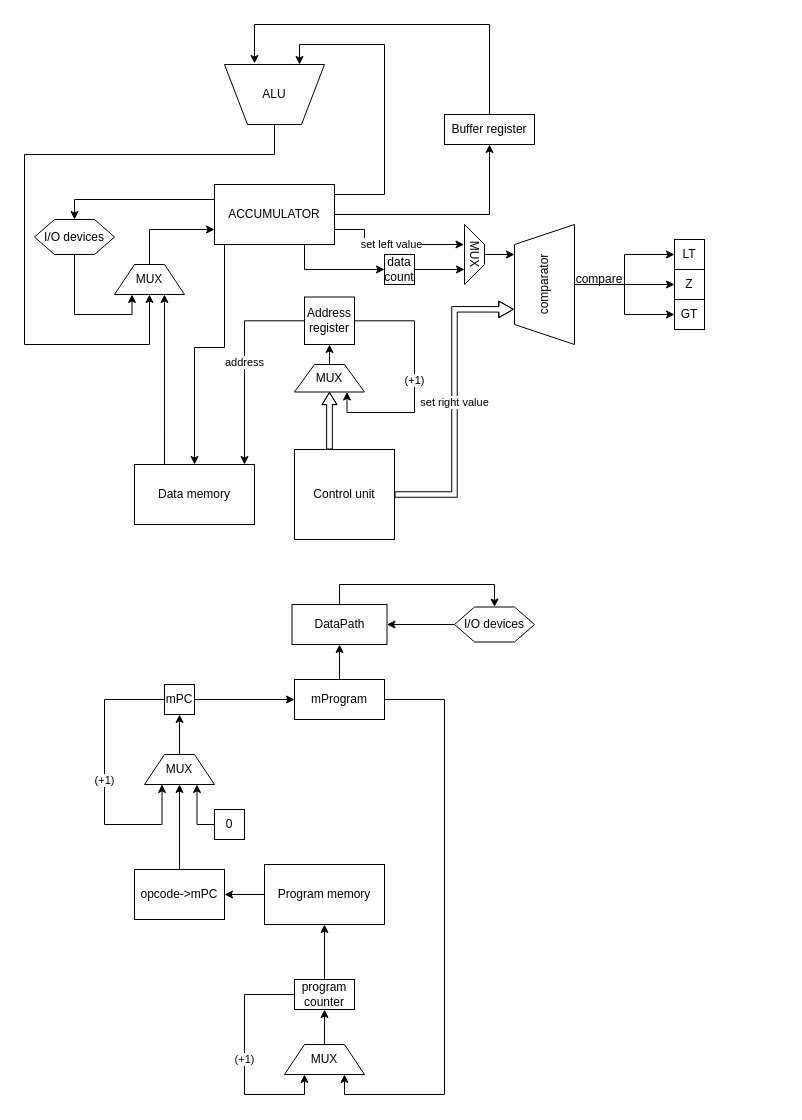
Above: DataPathModel.drawio in lubitelkvokk/csa_lab3 (draw.io), before the change. Source tidied: cells renumbered, new cells numbered last; positions are measured from the earlier drawing's top-left corner, leaving out a move shared by most shapes. Both pictures are drawn from the tidied source at 100%, with x=0, y=0 at pixel (24, 24).
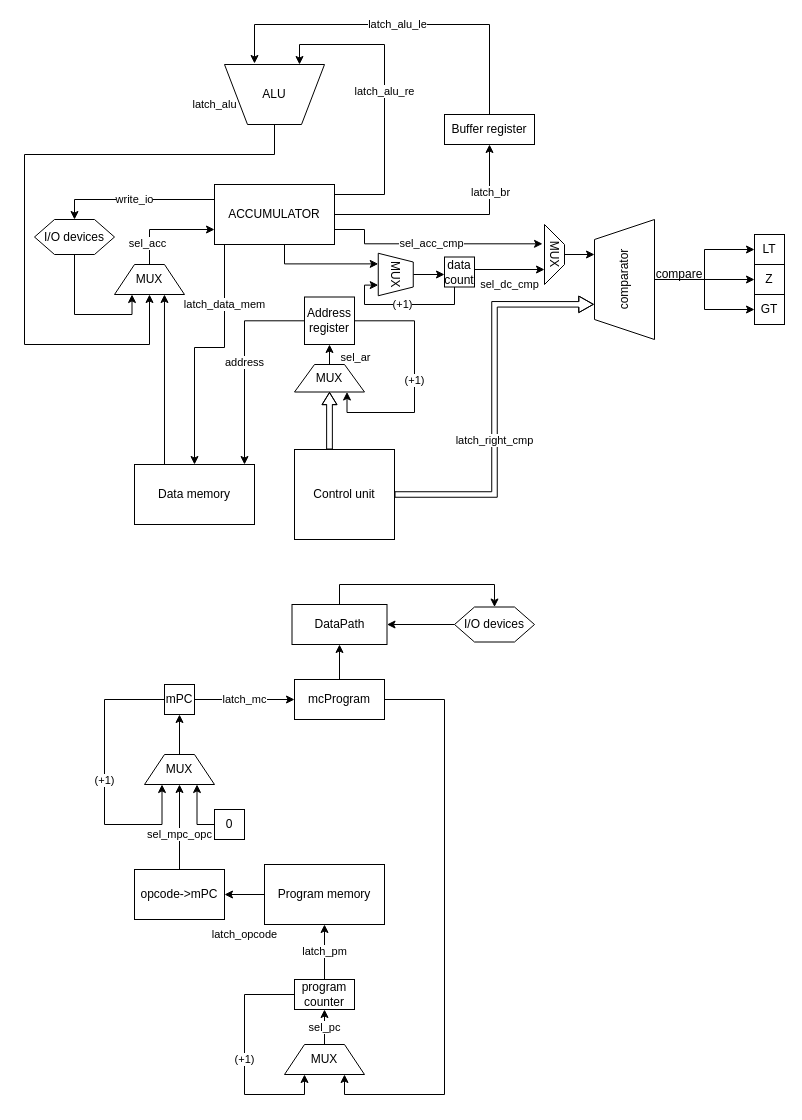
After the change.

Commit message (it also covers changes not shown here):
added signals set for microcommands, without description

Unchanged cells that the change refers to:
```xml
<mxCell id="2" style="edgeStyle=orthogonalEdgeStyle;rounded=0;jettySize=auto;html=1;exitX=1;exitY=0.5;exitDx=0;exitDy=0;entryX=0.5;entryY=1;entryDx=0;entryDy=0;" parent="1" edge="1" source="7" target="19">
  <mxGeometry relative="1" as="geometry">
    <Array as="points">
      <mxPoint x="465" y="190" />
    </Array>
  </mxGeometry>
</mxCell>
<mxCell id="7" value="ACCUMULATOR" style="rounded=0;whiteSpace=wrap;html=1;" parent="1" vertex="1">
  <mxGeometry x="190" y="160" width="120" height="60" as="geometry" />
</mxCell>
<mxCell id="10" value="program counter" style="rounded=0;whiteSpace=wrap;html=1;" parent="1" vertex="1">
  <mxGeometry x="270" y="955" width="60" height="30" as="geometry" />
</mxCell>
<mxCell id="12" value="ALU" style="verticalLabelPosition=middle;verticalAlign=middle;html=1;shape=trapezoid;perimeter=trapezoidPerimeter;whiteSpace=wrap;size=0.23;arcSize=10;flipV=1;labelPosition=center;align=center;" parent="1" vertex="1">
  <mxGeometry x="200" y="40" width="100" height="60" as="geometry" />
</mxCell>
<mxCell id="14" value="Program memory" style="rounded=0;whiteSpace=wrap;html=1;" parent="1" vertex="1">
  <mxGeometry x="240" y="840" width="120" height="60" as="geometry" />
</mxCell>
<mxCell id="16" value="Control unit" style="rounded=0;whiteSpace=wrap;html=1;" parent="1" vertex="1">
  <mxGeometry x="270" y="425" width="100" height="90" as="geometry" />
</mxCell>
<mxCell id="17" style="edgeStyle=orthogonalEdgeStyle;rounded=0;jettySize=auto;html=1;exitX=0.5;exitY=0;exitDx=0;exitDy=0;entryX=0;entryY=0.75;entryDx=0;entryDy=0;" parent="1" edge="1" source="18" target="7">
  <mxGeometry relative="1" as="geometry" />
</mxCell>
<mxCell id="18" value="MUX" style="shape=trapezoid;perimeter=trapezoidPerimeter;whiteSpace=wrap;html=1;fixedSize=1;" parent="1" vertex="1">
  <mxGeometry x="90" y="240" width="70" height="30" as="geometry" />
</mxCell>
<mxCell id="19" value="Buffer register" style="rounded=0;whiteSpace=wrap;html=1;" parent="1" vertex="1">
  <mxGeometry x="420" y="90" width="90" height="30" as="geometry" />
</mxCell>
<mxCell id="25" value="MUX" style="shape=trapezoid;perimeter=trapezoidPerimeter;whiteSpace=wrap;html=1;fixedSize=1;" parent="1" vertex="1">
  <mxGeometry x="260" y="1020" width="80" height="30" as="geometry" />
</mxCell>
<mxCell id="27" value="opcode-&amp;gt;mPC" style="rounded=0;whiteSpace=wrap;html=1;" parent="1" vertex="1">
  <mxGeometry x="110" y="845" width="90" height="50" as="geometry" />
</mxCell>
<mxCell id="32" style="edgeStyle=orthogonalEdgeStyle;rounded=0;jettySize=auto;html=1;exitX=0.5;exitY=0;exitDx=0;exitDy=0;entryX=0.5;entryY=1;entryDx=0;entryDy=0;" parent="1" edge="1" source="33" target="22">
  <mxGeometry relative="1" as="geometry" />
</mxCell>
<mxCell id="44" value="I/O devices" style="shape=hexagon;perimeter=hexagonPerimeter2;whiteSpace=wrap;html=1;fixedSize=1;" parent="1" vertex="1">
  <mxGeometry x="10" y="195" width="80" height="35" as="geometry" />
</mxCell>
<mxCell id="50" value="MUX" style="shape=trapezoid;perimeter=trapezoidPerimeter;whiteSpace=wrap;html=1;fixedSize=1;" parent="1" vertex="1">
  <mxGeometry x="120" y="730" width="70" height="30" as="geometry" />
</mxCell>
<mxCell id="52" value="0" style="whiteSpace=wrap;html=1;" parent="1" vertex="1">
  <mxGeometry x="190" y="785" width="30" height="30" as="geometry" />
</mxCell>
<mxCell id="55" value="mPC" style="whiteSpace=wrap;html=1;" parent="1" vertex="1">
  <mxGeometry x="140" y="660" width="30" height="30" as="geometry" />
</mxCell>
```

Diff of the diagram source:
```diff
@@
+    <mxCell id="63" value="latch_br" style="edgeLabel;html=1;align=center;verticalAlign=middle;" parent="2" vertex="1">
+      <mxGeometry x="0.58" relative="1" as="geometry" />
+    </mxCell>
-    <mxCell id="3" style="edgeStyle=orthogonalEdgeStyle;rounded=0;jettySize=auto;html=1;entryX=0.75;entryY=0;entryDx=0;entryDy=0;" parent="1" edge="1" source="7" target="12">
+    <mxCell id="3" value="latch_alu_re" style="edgeStyle=orthogonalEdgeStyle;rounded=0;jettySize=auto;html=1;entryX=0.75;entryY=0;entryDx=0;entryDy=0;" parent="1" edge="1" source="7" target="12">
       <mxGeometry relative="1" as="geometry">
         <Array as="points">
           <mxPoint x="360" y="170" />
           <mxPoint x="360" y="20" />
           <mxPoint x="275" y="20" />
         </Array>
       </mxGeometry>
     </mxCell>
-    <mxCell id="4" value="set left value" style="edgeStyle=orthogonalEdgeStyle;rounded=0;jettySize=auto;html=1;exitX=1;exitY=0.75;exitDx=0;exitDy=0;entryX=0.333;entryY=1.026;entryDx=0;entryDy=0;entryPerimeter=0;" parent="1" edge="1" source="7" target="46">
+    <mxCell id="4" value="sel_acc_cmp" style="edgeStyle=orthogonalEdgeStyle;rounded=0;jettySize=auto;html=1;exitX=1;exitY=0.75;exitDx=0;exitDy=0;entryX=0.322;entryY=1.099;entryDx=0;entryDy=0;entryPerimeter=0;" parent="1" edge="1" source="7" target="46">
       <mxGeometry relative="1" as="geometry">
         <Array as="points">
           <mxPoint x="340" y="205" />
-          <mxPoint x="340" y="220" />
+          <mxPoint x="340" y="219" />
         </Array>
       </mxGeometry>
     </mxCell>
-    <mxCell id="5" style="edgeStyle=orthogonalEdgeStyle;rounded=0;jettySize=auto;html=1;entryX=0.5;entryY=0;entryDx=0;entryDy=0;" parent="1" edge="1" source="7" target="44">
+    <mxCell id="5" value="write_io" style="edgeStyle=orthogonalEdgeStyle;rounded=0;jettySize=auto;html=1;entryX=0.5;entryY=0;entryDx=0;entryDy=0;" parent="1" edge="1" source="7" target="44">
       <mxGeometry relative="1" as="geometry">
         <Array as="points">
           <mxPoint x="50" y="175" />
         </Array>
       </mxGeometry>
     </mxCell>
-    <mxCell id="6" style="edgeStyle=orthogonalEdgeStyle;rounded=0;jettySize=auto;html=1;exitX=0.75;exitY=1;exitDx=0;exitDy=0;entryX=0;entryY=0.5;entryDx=0;entryDy=0;" parent="1" edge="1" source="7" target="48">
-      <mxGeometry relative="1" as="geometry" />
-    </mxCell>
+    <mxCell id="64" style="edgeStyle=orthogonalEdgeStyle;rounded=0;jettySize=auto;html=1;entryX=0.25;entryY=1;entryDx=0;entryDy=0;" parent="1" edge="1" source="7" target="69">
+      <mxGeometry relative="1" as="geometry">
+        <Array as="points">
+          <mxPoint x="260" y="239" />
+        </Array>
+      </mxGeometry>
+    </mxCell>
@@
-    <mxCell id="9" style="edgeStyle=orthogonalEdgeStyle;rounded=0;jettySize=auto;html=1;entryX=0.5;entryY=1;entryDx=0;entryDy=0;" parent="1" edge="1" source="10" target="14">
-      <mxGeometry relative="1" as="geometry" />
+    <mxCell id="9" value="latch_pm" style="edgeStyle=orthogonalEdgeStyle;rounded=0;jettySize=auto;html=1;entryX=0.5;entryY=1;entryDx=0;entryDy=0;" parent="1" edge="1" source="10" target="14">
+      <mxGeometry x="0.02" relative="1" as="geometry" />
     </mxCell>
@@
-    <mxCell id="11" style="edgeStyle=orthogonalEdgeStyle;rounded=0;jettySize=auto;html=1;entryX=0.5;entryY=1;entryDx=0;entryDy=0;" parent="1" edge="1" source="12" target="18">
-      <mxGeometry relative="1" as="geometry">
+    <mxCell id="11" value="latch_alu" style="edgeStyle=orthogonalEdgeStyle;rounded=0;jettySize=auto;html=1;entryX=0.5;entryY=1;entryDx=0;entryDy=0;" parent="1" edge="1" source="12" target="18">
+      <mxGeometry x="-0.72" y="-50" relative="1" as="geometry">
         <Array as="points">
           <mxPoint x="250" y="130" />
           <mxPoint y="130" />
           <mxPoint y="320" />
           <mxPoint x="125" y="320" />
         </Array>
       </mxGeometry>
     </mxCell>
@@
-    <mxCell id="13" style="edgeStyle=orthogonalEdgeStyle;rounded=0;jettySize=auto;html=1;entryX=1;entryY=0.5;entryDx=0;entryDy=0;" parent="1" edge="1" source="14" target="27">
-      <mxGeometry relative="1" as="geometry" />
+    <mxCell id="13" value="latch_opcode" style="edgeStyle=orthogonalEdgeStyle;rounded=0;jettySize=auto;html=1;entryX=1;entryY=0.5;entryDx=0;entryDy=0;" parent="1" edge="1" source="14" target="27">
+      <mxGeometry y="40" relative="1" as="geometry" />
     </mxCell>
@@
+    <mxCell id="65" value="sel_acc" style="edgeLabel;html=1;align=center;verticalAlign=middle;" parent="17" vertex="1">
+      <mxGeometry x="-0.57" y="3" relative="1" as="geometry" />
+    </mxCell>
@@
-    <mxCell id="23" style="edgeStyle=orthogonalEdgeStyle;rounded=0;jettySize=auto;html=1;exitX=0.75;exitY=1;exitDx=0;exitDy=0;" parent="1" edge="1" source="7">
-      <mxGeometry relative="1" as="geometry">
+    <mxCell id="23" value="latch_data_mem" style="edgeStyle=orthogonalEdgeStyle;rounded=0;jettySize=auto;html=1;exitX=0.75;exitY=1;exitDx=0;exitDy=0;" parent="1" edge="1" source="7">
+      <mxGeometry x="-0.15" relative="1" as="geometry">
         <mxPoint x="170" y="440" as="targetPoint" />
         <Array as="points">
           <mxPoint x="200" y="220" />
           <mxPoint x="200" y="323" />
           <mxPoint x="170" y="323" />
           <mxPoint x="170" y="440" />
         </Array>
       </mxGeometry>
     </mxCell>
-    <mxCell id="24" style="edgeStyle=orthogonalEdgeStyle;rounded=0;jettySize=auto;html=1;entryX=0.5;entryY=1;entryDx=0;entryDy=0;" parent="1" edge="1" source="25" target="10">
+    <mxCell id="24" value="sel_pc" style="edgeStyle=orthogonalEdgeStyle;rounded=0;jettySize=auto;html=1;entryX=0.5;entryY=1;entryDx=0;entryDy=0;" parent="1" edge="1" source="25" target="10">
       <mxGeometry relative="1" as="geometry" />
     </mxCell>
@@
-    <mxCell id="26" style="edgeStyle=orthogonalEdgeStyle;rounded=0;jettySize=auto;html=1;entryX=0.5;entryY=1;entryDx=0;entryDy=0;" parent="1" edge="1" source="27" target="50">
-      <mxGeometry relative="1" as="geometry" />
+    <mxCell id="26" value="sel_mpc_opc" style="edgeStyle=orthogonalEdgeStyle;rounded=0;jettySize=auto;html=1;entryX=0.5;entryY=1;entryDx=0;entryDy=0;" parent="1" edge="1" source="27" target="50">
+      <mxGeometry x="-0.18" relative="1" as="geometry" />
     </mxCell>
@@
-    <mxCell id="29" style="edgeStyle=orthogonalEdgeStyle;rounded=0;jettySize=auto;html=1;" parent="1" edge="1" source="19">
+    <mxCell id="29" value="latch_alu_le" style="edgeStyle=orthogonalEdgeStyle;rounded=0;jettySize=auto;html=1;" parent="1" edge="1" source="19">
       <mxGeometry relative="1" as="geometry">
         <mxPoint x="230" y="39" as="targetPoint" />
         <Array as="points">
           <mxPoint x="465" />
           <mxPoint x="230" />
         </Array>
       </mxGeometry>
     </mxCell>
@@
+    <mxCell id="66" value="sel_ar" style="edgeLabel;html=1;align=center;verticalAlign=middle;" parent="32" vertex="1">
+      <mxGeometry x="-0.16" y="3" relative="1" as="geometry">
+        <mxPoint x="28" as="offset" />
+      </mxGeometry>
+    </mxCell>
@@
-    <mxCell id="34" value="set right value" style="edgeStyle=orthogonalEdgeStyle;rounded=0;jettySize=auto;html=1;entryX=0.293;entryY=-0.011;entryDx=0;entryDy=0;entryPerimeter=0;shape=flexArrow;width=5.517241379310345;endSize=4.517241379310345;endWidth=9.988109393579073;" parent="1" edge="1" source="16" target="38">
-      <mxGeometry relative="1" as="geometry" />
+    <mxCell id="34" value="latch_right_cmp" style="edgeStyle=orthogonalEdgeStyle;rounded=0;jettySize=auto;html=1;entryX=0.293;entryY=-0.011;entryDx=0;entryDy=0;entryPerimeter=0;shape=flexArrow;width=5.517241379310345;endSize=4.517241379310345;endWidth=9.988109393579073;" parent="1" edge="1" source="16" target="38">
+      <mxGeometry x="-0.21" relative="1" as="geometry" />
     </mxCell>
@@
     <mxCell id="38" value="comparator" style="shape=trapezoid;perimeter=trapezoidPerimeter;whiteSpace=wrap;html=1;fixedSize=1;rotation=-90;" parent="1" vertex="1">
-      <mxGeometry x="460" y="230" width="120" height="60" as="geometry" />
+      <mxGeometry x="540" y="225" width="120" height="60" as="geometry" />
     </mxCell>
     <mxCell id="39" value="Z" style="whiteSpace=wrap;html=1;" parent="1" vertex="1">
-      <mxGeometry x="650" y="245" width="30" height="30" as="geometry" />
+      <mxGeometry x="730" y="240" width="30" height="30" as="geometry" />
     </mxCell>
     <mxCell id="40" value="GT" style="whiteSpace=wrap;html=1;" parent="1" vertex="1">
-      <mxGeometry x="650" y="275" width="30" height="30" as="geometry" />
+      <mxGeometry x="730" y="270" width="30" height="30" as="geometry" />
     </mxCell>
     <mxCell id="41" value="LT" style="whiteSpace=wrap;html=1;" parent="1" vertex="1">
-      <mxGeometry x="650" y="215" width="30" height="30" as="geometry" />
+      <mxGeometry x="730" y="210" width="30" height="30" as="geometry" />
     </mxCell>
     <mxCell id="42" value="compare" style="text;html=1;align=center;verticalAlign=middle;whiteSpace=wrap;rounded=0;" parent="1" vertex="1">
-      <mxGeometry x="550" y="240" width="50" height="30" as="geometry" />
+      <mxGeometry x="630" y="235" width="50" height="30" as="geometry" />
     </mxCell>
@@
-    <mxCell id="45" style="edgeStyle=orthogonalEdgeStyle;rounded=0;jettySize=auto;html=1;entryX=0.75;entryY=0;entryDx=0;entryDy=0;" parent="1" edge="1" source="46" target="38">
-      <mxGeometry relative="1" as="geometry" />
+    <mxCell id="45" style="edgeStyle=orthogonalEdgeStyle;rounded=0;jettySize=auto;html=1;" parent="1" edge="1" source="46">
+      <mxGeometry relative="1" as="geometry">
+        <mxPoint x="570" y="230" as="targetPoint" />
+        <Array as="points">
+          <mxPoint x="570" y="230" />
+        </Array>
+      </mxGeometry>
     </mxCell>
     <mxCell id="46" value="MUX" style="shape=trapezoid;perimeter=trapezoidPerimeter;whiteSpace=wrap;html=1;fixedSize=1;rotation=90;" parent="1" vertex="1">
-      <mxGeometry x="420" y="220" width="60" height="20" as="geometry" />
+      <mxGeometry x="500" y="220" width="60" height="20" as="geometry" />
     </mxCell>
-    <mxCell id="47" style="edgeStyle=orthogonalEdgeStyle;rounded=0;jettySize=auto;html=1;entryX=0.75;entryY=1;entryDx=0;entryDy=0;" parent="1" edge="1" source="48" target="46">
-      <mxGeometry relative="1" as="geometry" />
+    <mxCell id="47" value="sel_dc_cmp" style="edgeStyle=orthogonalEdgeStyle;rounded=0;jettySize=auto;html=1;" parent="1" edge="1" source="48">
+      <mxGeometry y="-15" relative="1" as="geometry">
+        <mxPoint x="520" y="245" as="targetPoint" />
+        <Array as="points">
+          <mxPoint x="520" y="245" />
+        </Array>
+      </mxGeometry>
     </mxCell>
+    <mxCell id="67" value="(+1)" style="edgeStyle=orthogonalEdgeStyle;rounded=0;jettySize=auto;html=1;entryX=0.75;entryY=1;entryDx=0;entryDy=0;" parent="1" edge="1" source="48" target="69">
+      <mxGeometry relative="1" as="geometry">
+        <Array as="points">
+          <mxPoint x="430" y="280" />
+          <mxPoint x="340" y="280" />
+          <mxPoint x="340" y="261" />
+        </Array>
+      </mxGeometry>
+    </mxCell>
     <mxCell id="48" value="data&lt;div&gt;count&lt;/div&gt;" style="whiteSpace=wrap;html=1;" parent="1" vertex="1">
-      <mxGeometry x="360" y="230" width="30" height="30" as="geometry" />
+      <mxGeometry x="420" y="232.5" width="30" height="30" as="geometry" />
     </mxCell>
@@
     <mxCell id="51" style="edgeStyle=orthogonalEdgeStyle;rounded=0;jettySize=auto;html=1;exitX=0;exitY=0.5;exitDx=0;exitDy=0;entryX=0.75;entryY=1;entryDx=0;entryDy=0;" parent="1" edge="1" source="52" target="50">
-      <mxGeometry relative="1" as="geometry">
+      <mxGeometry x="0.3" y="-8" relative="1" as="geometry">
         <Array as="points">
           <mxPoint x="190" y="800" />
           <mxPoint x="173" y="800" />
         </Array>
       </mxGeometry>
     </mxCell>
@@
-    <mxCell id="54" style="edgeStyle=orthogonalEdgeStyle;rounded=0;jettySize=auto;html=1;entryX=0;entryY=0.5;entryDx=0;entryDy=0;" parent="1" edge="1" source="55" target="58">
+    <mxCell id="54" value="latch_mc" style="edgeStyle=orthogonalEdgeStyle;rounded=0;jettySize=auto;html=1;entryX=0;entryY=0.5;entryDx=0;entryDy=0;" parent="1" edge="1" source="55" target="58">
       <mxGeometry relative="1" as="geometry" />
     </mxCell>
@@
     <mxCell id="56" style="edgeStyle=orthogonalEdgeStyle;rounded=0;jettySize=auto;html=1;entryX=0.75;entryY=1;entryDx=0;entryDy=0;" parent="1" edge="1" source="58" target="25">
-      <mxGeometry relative="1" as="geometry">
+      <mxGeometry x="-0.11" relative="1" as="geometry">
         <Array as="points">
           <mxPoint x="420" y="675" />
           <mxPoint x="420" y="1070" />
           <mxPoint x="320" y="1070" />
         </Array>
       </mxGeometry>
     </mxCell>
@@
-    <mxCell id="58" value="mProgram" style="rounded=0;whiteSpace=wrap;html=1;" parent="1" vertex="1">
+    <mxCell id="58" value="mcProgram" style="rounded=0;whiteSpace=wrap;html=1;" parent="1" vertex="1">
       <mxGeometry x="270" y="655" width="90" height="40" as="geometry" />
     </mxCell>
@@
+    <mxCell id="68" style="edgeStyle=orthogonalEdgeStyle;rounded=0;jettySize=auto;html=1;" parent="1" edge="1" source="69">
+      <mxGeometry relative="1" as="geometry">
+        <mxPoint x="420" y="250" as="targetPoint" />
+        <Array as="points">
+          <mxPoint x="420" y="250" />
+        </Array>
+      </mxGeometry>
+    </mxCell>
+    <mxCell id="69" value="MUX" style="shape=trapezoid;perimeter=trapezoidPerimeter;whiteSpace=wrap;html=1;fixedSize=1;rotation=90;size=8.749999999999886;" parent="1" vertex="1">
+      <mxGeometry x="350" y="232.5" width="42.5" height="35" as="geometry" />
+    </mxCell>
```
